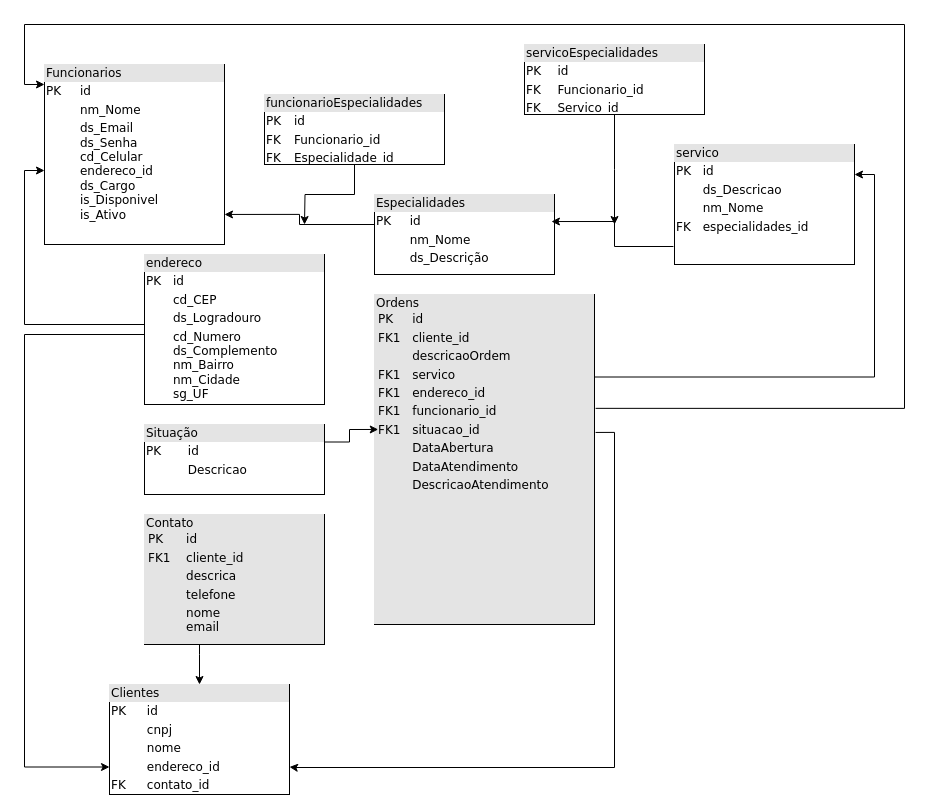
S-I-G-O-S/planejamento keeps this draw.io diagram as banco de dados.drawio. Above is the earlier version. Source tidied: cells renumbered, new cells numbered last; positions are measured from the earlier drawing's top-left corner, leaving out a move shared by most shapes. Both pictures are drawn from the tidied source at 100%, with x=0, y=0 at pixel (24, 24).
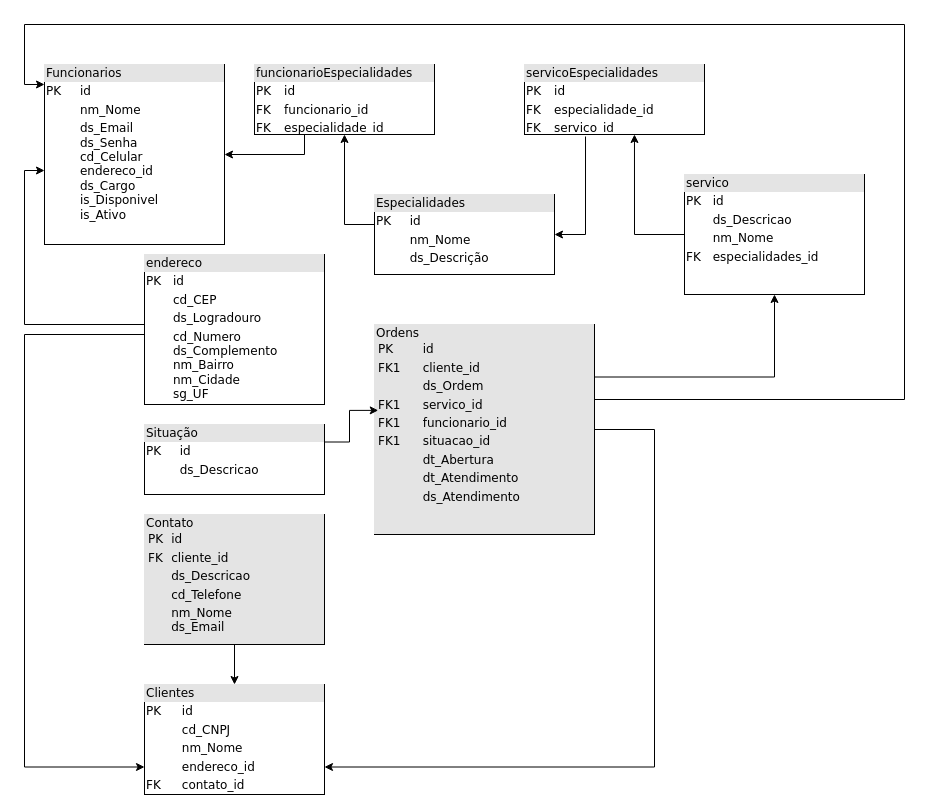
Above is the later version.

The change refers to these unchanged cells:
```xml
<mxCell id="2" value="&lt;div style=&quot;box-sizing:border-box;width:100%;background:#e4e4e4;padding:2px;&quot;&gt;Funcionarios&lt;/div&gt;&lt;table style=&quot;width:100%;font-size:1em;&quot; cellpadding=&quot;2&quot; cellspacing=&quot;0&quot;&gt;&lt;tbody&gt;&lt;tr&gt;&lt;td&gt;PK&lt;/td&gt;&lt;td&gt;id&lt;br&gt;&lt;/td&gt;&lt;/tr&gt;&lt;tr&gt;&lt;td&gt;&lt;br&gt;&lt;/td&gt;&lt;td&gt;nm_Nome&lt;/td&gt;&lt;/tr&gt;&lt;tr&gt;&lt;td&gt;&lt;/td&gt;&lt;td&gt;ds_Email&lt;br&gt;ds_Senha&lt;br&gt;cd_Celular&lt;br&gt;endereco_id&lt;br&gt;ds_Cargo&lt;br&gt;is_Disponivel&lt;br&gt;is_Ativo&lt;br&gt;&lt;br&gt;&lt;/td&gt;&lt;/tr&gt;&lt;/tbody&gt;&lt;/table&gt;" style="verticalAlign=top;align=left;overflow=fill;html=1;rounded=0;shadow=0;comic=0;labelBackgroundColor=none;strokeWidth=1;fontFamily=Verdana;fontSize=12;" parent="1" vertex="1">
  <mxGeometry x="20" y="40" width="180" height="180" as="geometry" />
</mxCell>
<mxCell id="3" value="&lt;div style=&quot;box-sizing: border-box ; width: 100% ; background: #e4e4e4 ; padding: 2px&quot;&gt;Especialidades&lt;/div&gt;&lt;table style=&quot;width: 100% ; font-size: 1em&quot; cellpadding=&quot;2&quot; cellspacing=&quot;0&quot;&gt;&lt;tbody&gt;&lt;tr&gt;&lt;td&gt;PK&lt;/td&gt;&lt;td&gt;id&lt;/td&gt;&lt;/tr&gt;&lt;tr&gt;&lt;td&gt;&lt;br&gt;&lt;/td&gt;&lt;td&gt;nm_Nome&lt;/td&gt;&lt;/tr&gt;&lt;tr&gt;&lt;td&gt;&lt;/td&gt;&lt;td&gt;ds_Descrição&lt;/td&gt;&lt;/tr&gt;&lt;tr&gt;&lt;td&gt;&lt;/td&gt;&lt;td&gt;&lt;br&gt;&lt;/td&gt;&lt;/tr&gt;&lt;/tbody&gt;&lt;/table&gt;" style="verticalAlign=top;align=left;overflow=fill;html=1;rounded=0;shadow=0;comic=0;labelBackgroundColor=none;strokeWidth=1;fontFamily=Verdana;fontSize=12;" parent="1" vertex="1">
  <mxGeometry x="350" y="170" width="180" height="80" as="geometry" />
</mxCell>
```

What changed in the source:
```diff
@@
-    <mxCell id="4" value="&lt;div style=&quot;box-sizing: border-box ; width: 100% ; background: #e4e4e4 ; padding: 2px&quot;&gt;Clientes&lt;/div&gt;&lt;table style=&quot;width: 100% ; font-size: 1em&quot; cellpadding=&quot;2&quot; cellspacing=&quot;0&quot;&gt;&lt;tbody&gt;&lt;tr&gt;&lt;td&gt;PK&lt;/td&gt;&lt;td&gt;id&lt;/td&gt;&lt;/tr&gt;&lt;tr&gt;&lt;td&gt;&lt;br&gt;&lt;/td&gt;&lt;td&gt;cnpj&lt;/td&gt;&lt;/tr&gt;&lt;tr&gt;&lt;td&gt;&lt;/td&gt;&lt;td&gt;nome&lt;/td&gt;&lt;/tr&gt;&lt;tr&gt;&lt;td&gt;&lt;br&gt;&lt;/td&gt;&lt;td&gt;endereco_id&lt;/td&gt;&lt;/tr&gt;&lt;tr&gt;&lt;td&gt;FK&lt;/td&gt;&lt;td&gt;contato_id&lt;/td&gt;&lt;/tr&gt;&lt;/tbody&gt;&lt;/table&gt;" style="verticalAlign=top;align=left;overflow=fill;html=1;rounded=0;shadow=0;comic=0;labelBackgroundColor=none;strokeWidth=1;fontFamily=Verdana;fontSize=12;" parent="1" vertex="1">
-      <mxGeometry x="85" y="660" width="180" height="110" as="geometry" />
+    <mxCell id="4" value="&lt;div style=&quot;box-sizing: border-box ; width: 100% ; background: #e4e4e4 ; padding: 2px&quot;&gt;Clientes&lt;/div&gt;&lt;table style=&quot;width: 100% ; font-size: 1em&quot; cellpadding=&quot;2&quot; cellspacing=&quot;0&quot;&gt;&lt;tbody&gt;&lt;tr&gt;&lt;td&gt;PK&lt;/td&gt;&lt;td&gt;id&lt;/td&gt;&lt;/tr&gt;&lt;tr&gt;&lt;td&gt;&lt;br&gt;&lt;/td&gt;&lt;td&gt;cd_CNPJ&lt;/td&gt;&lt;/tr&gt;&lt;tr&gt;&lt;td&gt;&lt;/td&gt;&lt;td&gt;nm_Nome&lt;/td&gt;&lt;/tr&gt;&lt;tr&gt;&lt;td&gt;&lt;br&gt;&lt;/td&gt;&lt;td&gt;endereco_id&lt;/td&gt;&lt;/tr&gt;&lt;tr&gt;&lt;td&gt;FK&lt;/td&gt;&lt;td&gt;contato_id&lt;/td&gt;&lt;/tr&gt;&lt;/tbody&gt;&lt;/table&gt;" style="verticalAlign=top;align=left;overflow=fill;html=1;rounded=0;shadow=0;comic=0;labelBackgroundColor=none;strokeWidth=1;fontFamily=Verdana;fontSize=12;" parent="1" vertex="1">
+      <mxGeometry x="120" y="660" width="180" height="110" as="geometry" />
     </mxCell>
-    <mxCell id="5" style="edgeStyle=orthogonalEdgeStyle;rounded=0;jettySize=auto;html=1;exitX=1;exitY=0.25;exitDx=0;exitDy=0;entryX=1;entryY=0.25;entryDx=0;entryDy=0;" parent="1" edge="1" source="7" target="10">
+    <mxCell id="5" style="edgeStyle=orthogonalEdgeStyle;rounded=0;jettySize=auto;html=1;exitX=1;exitY=0.25;exitDx=0;exitDy=0;entryX=0.5;entryY=1;entryDx=0;entryDy=0;" parent="1" edge="1" source="7" target="10">
       <mxGeometry relative="1" as="geometry" />
     </mxCell>
-    <mxCell id="6" style="edgeStyle=orthogonalEdgeStyle;rounded=0;jettySize=auto;html=1;entryX=1;entryY=0.75;entryDx=0;entryDy=0;exitX=1.005;exitY=0.418;exitDx=0;exitDy=0;exitPerimeter=0;" parent="1" edge="1" source="7" target="4">
+    <mxCell id="6" style="edgeStyle=orthogonalEdgeStyle;rounded=0;jettySize=auto;html=1;entryX=1;entryY=0.75;entryDx=0;entryDy=0;exitX=1;exitY=0.5;exitDx=0;exitDy=0;" parent="1" edge="1" source="7" target="4">
       <mxGeometry relative="1" as="geometry">
         <Array as="points">
-          <mxPoint x="590" y="408" />
-          <mxPoint x="590" y="743" />
-          <mxPoint x="270" y="743" />
+          <mxPoint x="630" y="405" />
+          <mxPoint x="630" y="743" />
         </Array>
       </mxGeometry>
     </mxCell>
-    <mxCell id="7" value="&lt;div style=&quot;box-sizing: border-box ; width: 100% ; background: #e4e4e4 ; padding: 2px&quot;&gt;Ordens&lt;table style=&quot;background-color: initial; font-size: 1em; width: 100%;&quot; cellpadding=&quot;2&quot; cellspacing=&quot;0&quot;&gt;&lt;tbody&gt;&lt;tr&gt;&lt;td&gt;PK&lt;/td&gt;&lt;td&gt;id&lt;/td&gt;&lt;/tr&gt;&lt;tr&gt;&lt;td&gt;FK1&lt;/td&gt;&lt;td&gt;cliente_id&lt;/td&gt;&lt;/tr&gt;&lt;tr&gt;&lt;td&gt;&lt;/td&gt;&lt;td&gt;descricaoOrdem&lt;/td&gt;&lt;/tr&gt;&lt;tr&gt;&lt;td&gt;FK1&lt;br&gt;&lt;/td&gt;&lt;td&gt;servico&lt;br&gt;&lt;/td&gt;&lt;/tr&gt;&lt;tr&gt;&lt;td&gt;FK1&lt;br&gt;&lt;/td&gt;&lt;td&gt;endereco_id&lt;/td&gt;&lt;/tr&gt;&lt;tr&gt;&lt;td&gt;FK1&lt;br&gt;&lt;/td&gt;&lt;td&gt;funcionario_id&lt;br&gt;&lt;/td&gt;&lt;/tr&gt;&lt;tr&gt;&lt;td&gt;FK1&lt;br&gt;&lt;/td&gt;&lt;td&gt;situacao_id&lt;br&gt;&lt;/td&gt;&lt;/tr&gt;&lt;tr&gt;&lt;td&gt;&lt;br&gt;&lt;/td&gt;&lt;td&gt;DataAbertura&lt;/td&gt;&lt;/tr&gt;&lt;tr&gt;&lt;td&gt;&lt;br&gt;&lt;/td&gt;&lt;td&gt;DataAtendimento&lt;/td&gt;&lt;/tr&gt;&lt;tr&gt;&lt;td&gt;&lt;br&gt;&lt;/td&gt;&lt;td&gt;DescricaoAtendimento&lt;/td&gt;&lt;/tr&gt;&lt;tr&gt;&lt;td&gt;&lt;br&gt;&lt;/td&gt;&lt;td&gt;&lt;br&gt;&lt;/td&gt;&lt;/tr&gt;&lt;tr&gt;&lt;td&gt;&lt;br&gt;&lt;/td&gt;&lt;td&gt;&lt;br&gt;&lt;/td&gt;&lt;/tr&gt;&lt;tr&gt;&lt;td&gt;&lt;br&gt;&lt;/td&gt;&lt;td&gt;&lt;br&gt;&lt;/td&gt;&lt;/tr&gt;&lt;tr&gt;&lt;td&gt;&lt;br&gt;&lt;/td&gt;&lt;td&gt;&lt;br&gt;&lt;/td&gt;&lt;/tr&gt;&lt;tr&gt;&lt;td&gt;&lt;br&gt;&lt;/td&gt;&lt;td&gt;&lt;br&gt;&lt;/td&gt;&lt;/tr&gt;&lt;tr&gt;&lt;td&gt;&lt;br&gt;&lt;/td&gt;&lt;td&gt;&lt;br&gt;&lt;/td&gt;&lt;/tr&gt;&lt;tr&gt;&lt;td&gt;&lt;br&gt;&lt;/td&gt;&lt;td&gt;&lt;br&gt;&lt;/td&gt;&lt;/tr&gt;&lt;/tbody&gt;&lt;/table&gt;&lt;/div&gt;" style="verticalAlign=top;align=left;overflow=fill;html=1;rounded=0;shadow=0;comic=0;labelBackgroundColor=none;strokeWidth=1;fontFamily=Verdana;fontSize=12;" parent="1" vertex="1">
-      <mxGeometry x="350" y="270" width="220" height="330" as="geometry" />
+    <mxCell id="7" value="&lt;div style=&quot;box-sizing: border-box ; width: 100% ; background: #e4e4e4 ; padding: 2px&quot;&gt;Ordens&lt;table style=&quot;background-color: initial; font-size: 1em; width: 100%;&quot; cellpadding=&quot;2&quot; cellspacing=&quot;0&quot;&gt;&lt;tbody&gt;&lt;tr&gt;&lt;td&gt;PK&lt;/td&gt;&lt;td&gt;id&lt;/td&gt;&lt;/tr&gt;&lt;tr&gt;&lt;td&gt;FK1&lt;/td&gt;&lt;td&gt;cliente_id&lt;/td&gt;&lt;/tr&gt;&lt;tr&gt;&lt;td&gt;&lt;/td&gt;&lt;td&gt;ds_Ordem&lt;/td&gt;&lt;/tr&gt;&lt;tr&gt;&lt;td&gt;FK1&lt;br&gt;&lt;/td&gt;&lt;td&gt;servico_id&lt;br&gt;&lt;/td&gt;&lt;/tr&gt;&lt;tr&gt;&lt;td&gt;FK1&lt;br&gt;&lt;/td&gt;&lt;td&gt;funcionario_id&lt;br&gt;&lt;/td&gt;&lt;/tr&gt;&lt;tr&gt;&lt;td&gt;FK1&lt;br&gt;&lt;/td&gt;&lt;td&gt;situacao_id&lt;br&gt;&lt;/td&gt;&lt;/tr&gt;&lt;tr&gt;&lt;td&gt;&lt;br&gt;&lt;/td&gt;&lt;td&gt;dt_Abertura&lt;/td&gt;&lt;/tr&gt;&lt;tr&gt;&lt;td&gt;&lt;br&gt;&lt;/td&gt;&lt;td&gt;dt_Atendimento&lt;/td&gt;&lt;/tr&gt;&lt;tr&gt;&lt;td&gt;&lt;br&gt;&lt;/td&gt;&lt;td&gt;ds_Atendimento&lt;/td&gt;&lt;/tr&gt;&lt;tr&gt;&lt;td&gt;&lt;br&gt;&lt;/td&gt;&lt;td&gt;&lt;br&gt;&lt;/td&gt;&lt;/tr&gt;&lt;tr&gt;&lt;td&gt;&lt;br&gt;&lt;/td&gt;&lt;td&gt;&lt;br&gt;&lt;/td&gt;&lt;/tr&gt;&lt;tr&gt;&lt;td&gt;&lt;br&gt;&lt;/td&gt;&lt;td&gt;&lt;br&gt;&lt;/td&gt;&lt;/tr&gt;&lt;tr&gt;&lt;td&gt;&lt;br&gt;&lt;/td&gt;&lt;td&gt;&lt;br&gt;&lt;/td&gt;&lt;/tr&gt;&lt;tr&gt;&lt;td&gt;&lt;br&gt;&lt;/td&gt;&lt;td&gt;&lt;br&gt;&lt;/td&gt;&lt;/tr&gt;&lt;tr&gt;&lt;td&gt;&lt;br&gt;&lt;/td&gt;&lt;td&gt;&lt;br&gt;&lt;/td&gt;&lt;/tr&gt;&lt;tr&gt;&lt;td&gt;&lt;br&gt;&lt;/td&gt;&lt;td&gt;&lt;br&gt;&lt;/td&gt;&lt;/tr&gt;&lt;/tbody&gt;&lt;/table&gt;&lt;/div&gt;" style="verticalAlign=top;align=left;overflow=fill;html=1;rounded=0;shadow=0;comic=0;labelBackgroundColor=none;strokeWidth=1;fontFamily=Verdana;fontSize=12;" parent="1" vertex="1">
+      <mxGeometry x="350" y="300" width="220" height="210" as="geometry" />
     </mxCell>
-    <mxCell id="8" value="&lt;div style=&quot;box-sizing:border-box;width:100%;background:#e4e4e4;padding:2px;&quot;&gt;Situação&lt;/div&gt;&lt;table style=&quot;width:100%;font-size:1em;&quot; cellpadding=&quot;2&quot; cellspacing=&quot;0&quot;&gt;&lt;tbody&gt;&lt;tr&gt;&lt;td&gt;PK&lt;/td&gt;&lt;td&gt;id&lt;/td&gt;&lt;/tr&gt;&lt;tr&gt;&lt;td&gt;&lt;br&gt;&lt;/td&gt;&lt;td&gt;Descricao&lt;/td&gt;&lt;/tr&gt;&lt;tr&gt;&lt;td&gt;&lt;/td&gt;&lt;td&gt;&lt;br&gt;&lt;/td&gt;&lt;/tr&gt;&lt;/tbody&gt;&lt;/table&gt;" style="verticalAlign=top;align=left;overflow=fill;html=1;rounded=0;shadow=0;comic=0;labelBackgroundColor=none;strokeWidth=1;fontFamily=Verdana;fontSize=12;" parent="1" vertex="1">
+    <mxCell id="8" value="&lt;div style=&quot;box-sizing:border-box;width:100%;background:#e4e4e4;padding:2px;&quot;&gt;Situação&lt;/div&gt;&lt;table style=&quot;width:100%;font-size:1em;&quot; cellpadding=&quot;2&quot; cellspacing=&quot;0&quot;&gt;&lt;tbody&gt;&lt;tr&gt;&lt;td&gt;PK&lt;/td&gt;&lt;td&gt;id&lt;/td&gt;&lt;/tr&gt;&lt;tr&gt;&lt;td&gt;&lt;br&gt;&lt;/td&gt;&lt;td&gt;ds_Descricao&lt;/td&gt;&lt;/tr&gt;&lt;tr&gt;&lt;td&gt;&lt;/td&gt;&lt;td&gt;&lt;br&gt;&lt;/td&gt;&lt;/tr&gt;&lt;/tbody&gt;&lt;/table&gt;" style="verticalAlign=top;align=left;overflow=fill;html=1;rounded=0;shadow=0;comic=0;labelBackgroundColor=none;strokeWidth=1;fontFamily=Verdana;fontSize=12;" parent="1" vertex="1">
       <mxGeometry x="120" y="400" width="180" height="70" as="geometry" />
     </mxCell>
-    <mxCell id="9" style="edgeStyle=orthogonalEdgeStyle;rounded=0;jettySize=auto;html=1;entryX=1;entryY=0.833;entryDx=0;entryDy=0;entryPerimeter=0;exitX=0;exitY=0.375;exitDx=0;exitDy=0;exitPerimeter=0;" parent="1" edge="1" source="3" target="2">
+    <mxCell id="9" style="edgeStyle=orthogonalEdgeStyle;rounded=0;jettySize=auto;html=1;entryX=0.5;entryY=1;entryDx=0;entryDy=0;exitX=0;exitY=0.375;exitDx=0;exitDy=0;exitPerimeter=0;" parent="1" edge="1" source="3" target="13">
       <mxGeometry relative="1" as="geometry" />
     </mxCell>
     <mxCell id="10" value="&lt;div style=&quot;box-sizing:border-box;width:100%;background:#e4e4e4;padding:2px;&quot;&gt;servico&lt;/div&gt;&lt;table style=&quot;width:100%;font-size:1em;&quot; cellpadding=&quot;2&quot; cellspacing=&quot;0&quot;&gt;&lt;tbody&gt;&lt;tr&gt;&lt;td&gt;PK&lt;/td&gt;&lt;td&gt;id&lt;/td&gt;&lt;/tr&gt;&lt;tr&gt;&lt;td&gt;&lt;br&gt;&lt;/td&gt;&lt;td&gt;ds_Descricao&lt;/td&gt;&lt;/tr&gt;&lt;tr&gt;&lt;td&gt;&lt;br&gt;&lt;/td&gt;&lt;td&gt;nm_Nome&lt;/td&gt;&lt;/tr&gt;&lt;tr&gt;&lt;td&gt;FK&lt;/td&gt;&lt;td&gt;especialidades_id&lt;/td&gt;&lt;/tr&gt;&lt;tr&gt;&lt;td&gt;&lt;/td&gt;&lt;td&gt;&lt;br&gt;&lt;/td&gt;&lt;/tr&gt;&lt;/tbody&gt;&lt;/table&gt;" style="verticalAlign=top;align=left;overflow=fill;html=1;rounded=0;shadow=0;comic=0;labelBackgroundColor=none;strokeWidth=1;fontFamily=Verdana;fontSize=12;" parent="1" vertex="1">
-      <mxGeometry x="650" y="120" width="180" height="120" as="geometry" />
+      <mxGeometry x="660" y="150" width="180" height="120" as="geometry" />
     </mxCell>
@@
-    <mxCell id="12" style="edgeStyle=orthogonalEdgeStyle;rounded=0;jettySize=auto;html=1;exitX=0.5;exitY=1;exitDx=0;exitDy=0;" parent="1" edge="1" source="13">
+    <mxCell id="12" style="edgeStyle=orthogonalEdgeStyle;rounded=0;jettySize=auto;html=1;exitX=0.25;exitY=1;exitDx=0;exitDy=0;entryX=1;entryY=0.5;entryDx=0;entryDy=0;" parent="1" edge="1" source="13" target="2">
       <mxGeometry relative="1" as="geometry">
-        <mxPoint x="280" y="200" as="targetPoint" />
+        <Array as="points">
+          <mxPoint x="280" y="110" />
+          <mxPoint x="280" y="130" />
+        </Array>
       </mxGeometry>
     </mxCell>
-    <mxCell id="13" value="&lt;div style=&quot;box-sizing:border-box;width:100%;background:#e4e4e4;padding:2px;&quot;&gt;funcionarioEspecialidades&lt;/div&gt;&lt;table style=&quot;width:100%;font-size:1em;&quot; cellpadding=&quot;2&quot; cellspacing=&quot;0&quot;&gt;&lt;tbody&gt;&lt;tr&gt;&lt;td&gt;PK&lt;/td&gt;&lt;td&gt;id&lt;/td&gt;&lt;/tr&gt;&lt;tr&gt;&lt;td&gt;FK&lt;/td&gt;&lt;td&gt;Funcionario_id&lt;/td&gt;&lt;/tr&gt;&lt;tr&gt;&lt;td&gt;FK&lt;/td&gt;&lt;td&gt;Especialidade_id&lt;/td&gt;&lt;/tr&gt;&lt;/tbody&gt;&lt;/table&gt;" style="verticalAlign=top;align=left;overflow=fill;html=1;rounded=0;shadow=0;comic=0;labelBackgroundColor=none;strokeWidth=1;fontFamily=Verdana;fontSize=12;" parent="1" vertex="1">
-      <mxGeometry x="240" y="70" width="180" height="70" as="geometry" />
+    <mxCell id="13" value="&lt;div style=&quot;box-sizing:border-box;width:100%;background:#e4e4e4;padding:2px;&quot;&gt;funcionarioEspecialidades&lt;/div&gt;&lt;table style=&quot;width:100%;font-size:1em;&quot; cellpadding=&quot;2&quot; cellspacing=&quot;0&quot;&gt;&lt;tbody&gt;&lt;tr&gt;&lt;td&gt;PK&lt;/td&gt;&lt;td&gt;id&lt;/td&gt;&lt;/tr&gt;&lt;tr&gt;&lt;td&gt;FK&lt;/td&gt;&lt;td&gt;funcionario_id&lt;/td&gt;&lt;/tr&gt;&lt;tr&gt;&lt;td&gt;FK&lt;/td&gt;&lt;td&gt;especialidade_id&lt;/td&gt;&lt;/tr&gt;&lt;/tbody&gt;&lt;/table&gt;" style="verticalAlign=top;align=left;overflow=fill;html=1;rounded=0;shadow=0;comic=0;labelBackgroundColor=none;strokeWidth=1;fontFamily=Verdana;fontSize=12;" parent="1" vertex="1">
+      <mxGeometry x="230" y="40" width="180" height="70" as="geometry" />
     </mxCell>
-    <mxCell id="14" style="edgeStyle=orthogonalEdgeStyle;rounded=0;jettySize=auto;html=1;entryX=0.983;entryY=0.338;entryDx=0;entryDy=0;entryPerimeter=0;exitX=-0.006;exitY=0.85;exitDx=0;exitDy=0;exitPerimeter=0;" parent="1" edge="1" source="10" target="3">
-      <mxGeometry relative="1" as="geometry" />
+    <mxCell id="14" style="edgeStyle=orthogonalEdgeStyle;rounded=0;jettySize=auto;html=1;entryX=0.611;entryY=1;entryDx=0;entryDy=0;entryPerimeter=0;exitX=0;exitY=0.5;exitDx=0;exitDy=0;" parent="1" edge="1" source="10" target="16">
+      <mxGeometry relative="1" as="geometry">
+        <Array as="points">
+          <mxPoint x="610" y="210" />
+        </Array>
+      </mxGeometry>
     </mxCell>
-    <mxCell id="15" style="edgeStyle=orthogonalEdgeStyle;rounded=0;jettySize=auto;html=1;" parent="1" edge="1" source="16">
-      <mxGeometry relative="1" as="geometry">
-        <mxPoint x="590" y="200" as="targetPoint" />
-      </mxGeometry>
+    <mxCell id="15" style="edgeStyle=orthogonalEdgeStyle;rounded=0;jettySize=auto;html=1;exitX=0.339;exitY=1.029;exitDx=0;exitDy=0;exitPerimeter=0;entryX=1;entryY=0.5;entryDx=0;entryDy=0;" parent="1" edge="1" source="16" target="3">
+      <mxGeometry relative="1" as="geometry" />
     </mxCell>
-    <mxCell id="16" value="&lt;div style=&quot;box-sizing:border-box;width:100%;background:#e4e4e4;padding:2px;&quot;&gt;servicoEspecialidades&lt;/div&gt;&lt;table style=&quot;width:100%;font-size:1em;&quot; cellpadding=&quot;2&quot; cellspacing=&quot;0&quot;&gt;&lt;tbody&gt;&lt;tr&gt;&lt;td&gt;PK&lt;/td&gt;&lt;td&gt;id&lt;/td&gt;&lt;/tr&gt;&lt;tr&gt;&lt;td&gt;FK&lt;/td&gt;&lt;td&gt;Funcionario_id&lt;/td&gt;&lt;/tr&gt;&lt;tr&gt;&lt;td&gt;FK&lt;/td&gt;&lt;td&gt;Servico_id&lt;/td&gt;&lt;/tr&gt;&lt;/tbody&gt;&lt;/table&gt;" style="verticalAlign=top;align=left;overflow=fill;html=1;rounded=0;shadow=0;comic=0;labelBackgroundColor=none;strokeWidth=1;fontFamily=Verdana;fontSize=12;" parent="1" vertex="1">
-      <mxGeometry x="500" y="20" width="180" height="70" as="geometry" />
+    <mxCell id="16" value="&lt;div style=&quot;box-sizing:border-box;width:100%;background:#e4e4e4;padding:2px;&quot;&gt;servicoEspecialidades&lt;/div&gt;&lt;table style=&quot;width:100%;font-size:1em;&quot; cellpadding=&quot;2&quot; cellspacing=&quot;0&quot;&gt;&lt;tbody&gt;&lt;tr&gt;&lt;td&gt;PK&lt;/td&gt;&lt;td&gt;id&lt;/td&gt;&lt;/tr&gt;&lt;tr&gt;&lt;td&gt;FK&lt;/td&gt;&lt;td&gt;especialidade_id&lt;/td&gt;&lt;/tr&gt;&lt;tr&gt;&lt;td&gt;FK&lt;/td&gt;&lt;td&gt;servico_id&lt;/td&gt;&lt;/tr&gt;&lt;/tbody&gt;&lt;/table&gt;" style="verticalAlign=top;align=left;overflow=fill;html=1;rounded=0;shadow=0;comic=0;labelBackgroundColor=none;strokeWidth=1;fontFamily=Verdana;fontSize=12;" parent="1" vertex="1">
+      <mxGeometry x="500" y="40" width="180" height="70" as="geometry" />
     </mxCell>
@@
-    <mxCell id="18" style="edgeStyle=orthogonalEdgeStyle;rounded=0;jettySize=auto;html=1;entryX=0;entryY=0.111;entryDx=0;entryDy=0;entryPerimeter=0;exitX=1.005;exitY=0.345;exitDx=0;exitDy=0;exitPerimeter=0;" parent="1" edge="1" source="7" target="2">
+    <mxCell id="18" style="edgeStyle=orthogonalEdgeStyle;rounded=0;jettySize=auto;html=1;entryX=0;entryY=0.111;entryDx=0;entryDy=0;entryPerimeter=0;exitX=1;exitY=0.5;exitDx=0;exitDy=0;" parent="1" edge="1" source="7" target="2">
       <mxGeometry relative="1" as="geometry">
         <Array as="points">
-          <mxPoint x="880" y="384" />
+          <mxPoint x="880" y="375" />
           <mxPoint x="880" />
           <mxPoint />
           <mxPoint y="60" />
         </Array>
       </mxGeometry>
     </mxCell>
     <mxCell id="19" style="edgeStyle=orthogonalEdgeStyle;rounded=0;jettySize=auto;html=1;entryX=0.5;entryY=0;entryDx=0;entryDy=0;" parent="1" edge="1" source="20" target="4">
-      <mxGeometry relative="1" as="geometry">
-        <Array as="points">
-          <mxPoint x="175" y="630" />
-          <mxPoint x="175" y="630" />
-        </Array>
-      </mxGeometry>
+      <mxGeometry relative="1" as="geometry" />
     </mxCell>
-    <mxCell id="20" value="&lt;div style=&quot;box-sizing: border-box ; width: 100% ; background: #e4e4e4 ; padding: 2px&quot;&gt;Contato&lt;table style=&quot;background-color: initial; font-size: 1em; width: 100%;&quot; cellpadding=&quot;2&quot; cellspacing=&quot;0&quot;&gt;&lt;tbody&gt;&lt;tr&gt;&lt;td&gt;PK&lt;/td&gt;&lt;td&gt;id&lt;/td&gt;&lt;/tr&gt;&lt;tr&gt;&lt;td&gt;FK1&lt;/td&gt;&lt;td&gt;cliente_id&lt;/td&gt;&lt;/tr&gt;&lt;tr&gt;&lt;td&gt;&lt;/td&gt;&lt;td&gt;descrica&lt;span style=&quot;white-space: pre;&quot;&gt;&#9;&lt;/span&gt;&lt;span style=&quot;white-space: pre;&quot;&gt;&#9;&lt;/span&gt;&lt;/td&gt;&lt;/tr&gt;&lt;tr&gt;&lt;td&gt;&lt;br&gt;&lt;/td&gt;&lt;td&gt;telefone&lt;/td&gt;&lt;/tr&gt;&lt;tr&gt;&lt;td&gt;&lt;br&gt;&lt;/td&gt;&lt;td&gt;nome&lt;br&gt;email&lt;/td&gt;&lt;/tr&gt;&lt;tr&gt;&lt;td&gt;&lt;br&gt;&lt;/td&gt;&lt;td&gt;&lt;br&gt;&lt;/td&gt;&lt;/tr&gt;&lt;/tbody&gt;&lt;/table&gt;&lt;/div&gt;" style="verticalAlign=top;align=left;overflow=fill;html=1;rounded=0;shadow=0;comic=0;labelBackgroundColor=none;strokeWidth=1;fontFamily=Verdana;fontSize=12;" parent="1" vertex="1">
+    <mxCell id="20" value="&lt;div style=&quot;box-sizing: border-box ; width: 100% ; background: #e4e4e4 ; padding: 2px&quot;&gt;Contato&lt;table style=&quot;background-color: initial; font-size: 1em; width: 100%;&quot; cellpadding=&quot;2&quot; cellspacing=&quot;0&quot;&gt;&lt;tbody&gt;&lt;tr&gt;&lt;td&gt;PK&lt;/td&gt;&lt;td&gt;id&lt;/td&gt;&lt;/tr&gt;&lt;tr&gt;&lt;td&gt;FK&lt;/td&gt;&lt;td&gt;cliente_id&lt;/td&gt;&lt;/tr&gt;&lt;tr&gt;&lt;td&gt;&lt;/td&gt;&lt;td&gt;ds_Descricao&lt;span style=&quot;white-space: pre;&quot;&gt;&#9;&lt;/span&gt;&lt;span style=&quot;white-space: pre;&quot;&gt;&#9;&lt;/span&gt;&lt;/td&gt;&lt;/tr&gt;&lt;tr&gt;&lt;td&gt;&lt;br&gt;&lt;/td&gt;&lt;td&gt;cd_Telefone&lt;/td&gt;&lt;/tr&gt;&lt;tr&gt;&lt;td&gt;&lt;br&gt;&lt;/td&gt;&lt;td&gt;nm_Nome&lt;br&gt;ds_Email&lt;/td&gt;&lt;/tr&gt;&lt;tr&gt;&lt;td&gt;&lt;br&gt;&lt;/td&gt;&lt;td&gt;&lt;br&gt;&lt;/td&gt;&lt;/tr&gt;&lt;/tbody&gt;&lt;/table&gt;&lt;/div&gt;" style="verticalAlign=top;align=left;overflow=fill;html=1;rounded=0;shadow=0;comic=0;labelBackgroundColor=none;strokeWidth=1;fontFamily=Verdana;fontSize=12;" parent="1" vertex="1">
       <mxGeometry x="120" y="490" width="180" height="130" as="geometry" />
     </mxCell>
```
